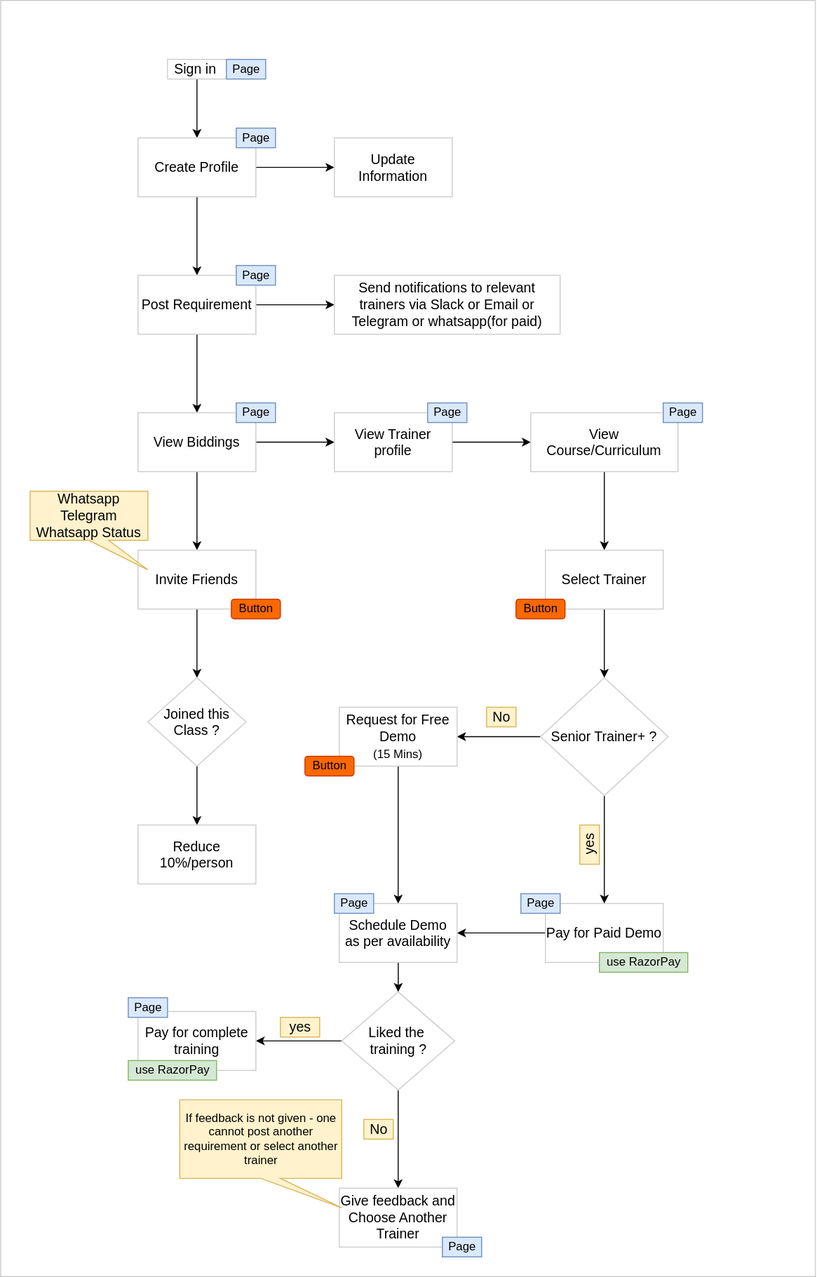
Before: sample.drawio.svg, a diagram exported from draw.io (Arunideas/draw.io). Source tidied: cells renumbered, new cells last; positions are measured from the earlier drawing's top-left corner, leaving out a move shared by most shapes.
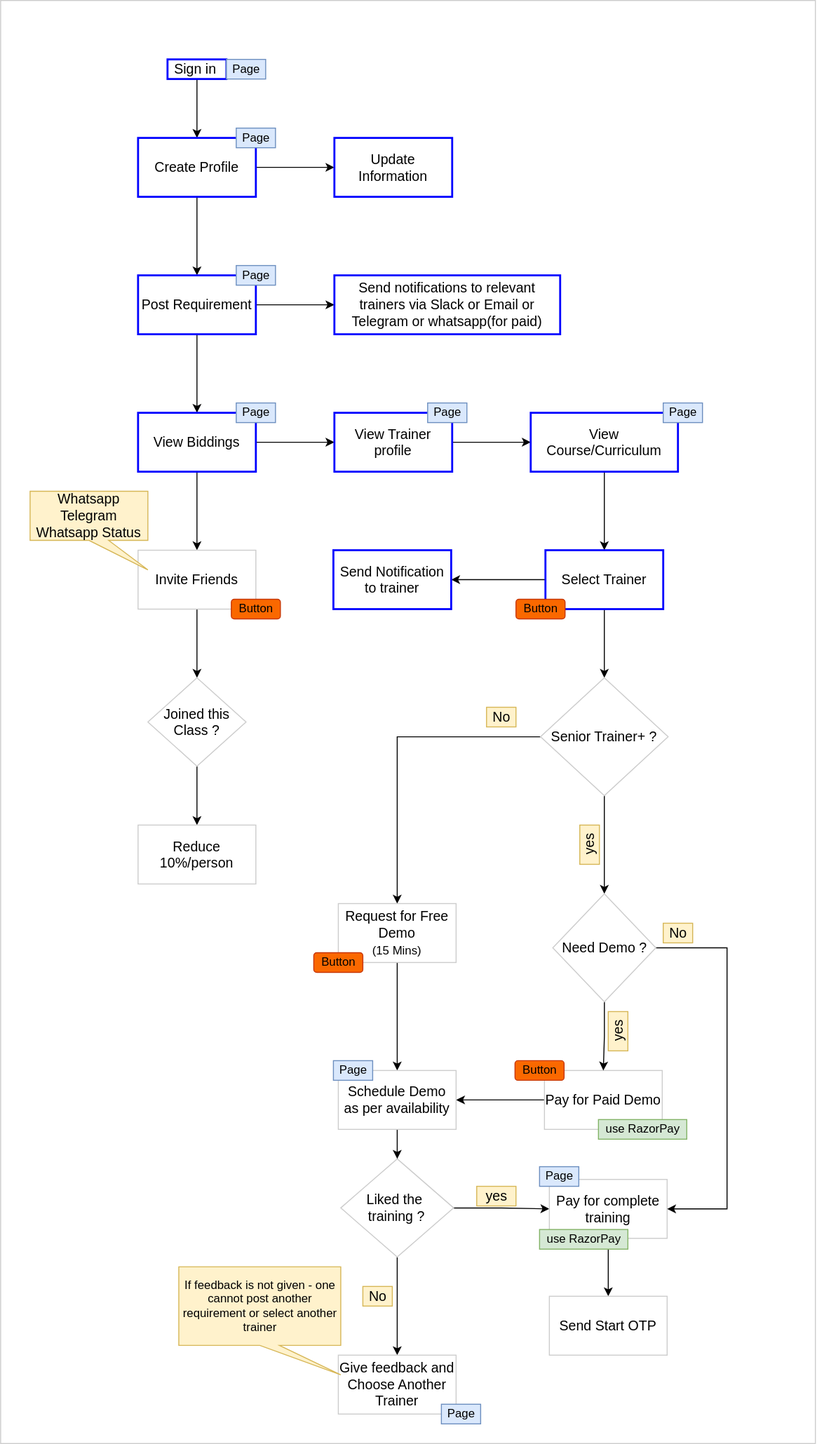
The same file after the commit.

The edit, as a diff of the source:
```diff
@@ -3,12 +3,12 @@
     <mxCell id="0" />
     <mxCell id="1" parent="0" />
     <mxCell id="2" value="aas" style="rounded=0;whiteSpace=wrap;html=1;fontSize=12;strokeColor=#CCCCCC;noLabel=1;" parent="1" vertex="1">
-      <mxGeometry width="830" height="1300" as="geometry" />
+      <mxGeometry width="830" height="1470" as="geometry" />
     </mxCell>
     <mxCell id="3" style="edgeStyle=orthogonalEdgeStyle;rounded=0;jettySize=auto;html=1;fontSize=14;" parent="1" edge="1" source="4" target="7">
       <mxGeometry relative="1" as="geometry" />
     </mxCell>
-    <mxCell id="4" value="Sign in&amp;nbsp;" style="text;html=1;align=center;verticalAlign=middle;points=[];strokeColor=#CCCCCC;fillColor=none;fontSize=14;" parent="1" vertex="1">
+    <mxCell id="4" value="Sign in&amp;nbsp;" style="text;html=1;align=center;verticalAlign=middle;points=[];strokeColor=#0000FF;fillColor=none;fontSize=14;strokeWidth=2;" parent="1" vertex="1">
       <mxGeometry x="170" y="60" width="60" height="20" as="geometry" />
     </mxCell>
     <mxCell id="5" style="edgeStyle=orthogonalEdgeStyle;rounded=0;jettySize=auto;html=1;fontSize=14;" parent="1" edge="1" source="7" target="10">
@@ -17,7 +17,7 @@
     <mxCell id="6" style="edgeStyle=orthogonalEdgeStyle;rounded=0;jettySize=auto;html=1;fontSize=14;" parent="1" edge="1" source="7" target="11">
       <mxGeometry relative="1" as="geometry" />
     </mxCell>
-    <mxCell id="7" value="Create Profile" style="whiteSpace=wrap;html=1;fontSize=14;fillColor=none;strokeColor=#CCCCCC;gradientColor=none;" parent="1" vertex="1">
+    <mxCell id="7" value="Create Profile" style="whiteSpace=wrap;html=1;fontSize=14;fillColor=none;strokeColor=#0000FF;gradientColor=none;strokeWidth=2;" parent="1" vertex="1">
       <mxGeometry x="140" y="140" width="120" height="60" as="geometry" />
     </mxCell>
     <mxCell id="8" style="edgeStyle=orthogonalEdgeStyle;rounded=0;jettySize=auto;html=1;fontSize=14;" parent="1" edge="1" source="10" target="12">
@@ -26,13 +26,13 @@
     <mxCell id="9" style="edgeStyle=orthogonalEdgeStyle;rounded=0;jettySize=auto;html=1;fontSize=14;" parent="1" edge="1" source="10" target="15">
       <mxGeometry relative="1" as="geometry" />
     </mxCell>
-    <mxCell id="10" value="Post Requirement" style="whiteSpace=wrap;html=1;fontSize=14;fillColor=none;strokeColor=#CCCCCC;gradientColor=none;" parent="1" vertex="1">
+    <mxCell id="10" value="Post Requirement" style="whiteSpace=wrap;html=1;fontSize=14;fillColor=none;strokeColor=#0000FF;gradientColor=none;strokeWidth=2;" parent="1" vertex="1">
       <mxGeometry x="140" y="280" width="120" height="60" as="geometry" />
     </mxCell>
-    <mxCell id="11" value="Update Information" style="whiteSpace=wrap;html=1;fontSize=14;fillColor=none;strokeColor=#CCCCCC;gradientColor=none;" parent="1" vertex="1">
+    <mxCell id="11" value="Update Information" style="whiteSpace=wrap;html=1;fontSize=14;fillColor=none;strokeColor=#0000FF;gradientColor=none;strokeWidth=2;" parent="1" vertex="1">
       <mxGeometry x="340" y="140" width="120" height="60" as="geometry" />
     </mxCell>
-    <mxCell id="12" value="Send notifications to relevant trainers via Slack or Email or Telegram or whatsapp(for paid)" style="whiteSpace=wrap;html=1;fontSize=14;fillColor=none;strokeColor=#CCCCCC;gradientColor=none;" parent="1" vertex="1">
+    <mxCell id="12" value="Send notifications to relevant trainers via Slack or Email or Telegram or whatsapp(for paid)" style="whiteSpace=wrap;html=1;fontSize=14;fillColor=none;strokeColor=#0000FF;gradientColor=none;strokeWidth=2;" parent="1" vertex="1">
       <mxGeometry x="340" y="280" width="230" height="60" as="geometry" />
     </mxCell>
     <mxCell id="13" style="edgeStyle=orthogonalEdgeStyle;rounded=0;jettySize=auto;html=1;fontSize=14;" parent="1" edge="1" source="15" target="17">
@@ -41,25 +41,28 @@
     <mxCell id="14" style="edgeStyle=orthogonalEdgeStyle;rounded=0;jettySize=auto;html=1;fontSize=14;" parent="1" edge="1" source="15" target="23">
       <mxGeometry relative="1" as="geometry" />
     </mxCell>
-    <mxCell id="15" value="View Biddings" style="whiteSpace=wrap;html=1;fontSize=14;fillColor=none;strokeColor=#CCCCCC;gradientColor=none;" parent="1" vertex="1">
+    <mxCell id="15" value="View Biddings" style="whiteSpace=wrap;html=1;fontSize=14;fillColor=none;strokeColor=#0000FF;gradientColor=none;strokeWidth=2;" parent="1" vertex="1">
       <mxGeometry x="140" y="420" width="120" height="60" as="geometry" />
     </mxCell>
     <mxCell id="16" style="edgeStyle=orthogonalEdgeStyle;rounded=0;jettySize=auto;html=1;fontSize=14;" parent="1" edge="1" source="17" target="19">
       <mxGeometry relative="1" as="geometry" />
     </mxCell>
-    <mxCell id="17" value="View Trainer profile" style="whiteSpace=wrap;html=1;fontSize=14;fillColor=none;strokeColor=#CCCCCC;gradientColor=none;" parent="1" vertex="1">
+    <mxCell id="17" value="View Trainer profile" style="whiteSpace=wrap;html=1;fontSize=14;fillColor=none;strokeColor=#0000FF;gradientColor=none;strokeWidth=2;" parent="1" vertex="1">
       <mxGeometry x="340" y="420" width="120" height="60" as="geometry" />
     </mxCell>
     <mxCell id="18" style="edgeStyle=orthogonalEdgeStyle;rounded=0;jettySize=auto;html=1;fontSize=14;" parent="1" edge="1" source="19" target="21">
       <mxGeometry relative="1" as="geometry" />
     </mxCell>
-    <mxCell id="19" value="View Course/Curriculum" style="whiteSpace=wrap;html=1;fontSize=14;fillColor=none;strokeColor=#CCCCCC;gradientColor=none;" parent="1" vertex="1">
+    <mxCell id="19" value="View Course/Curriculum" style="whiteSpace=wrap;html=1;fontSize=14;fillColor=none;strokeColor=#0000FF;gradientColor=none;strokeWidth=2;" parent="1" vertex="1">
       <mxGeometry x="540" y="420" width="150" height="60" as="geometry" />
     </mxCell>
     <mxCell id="20" style="edgeStyle=orthogonalEdgeStyle;rounded=0;jettySize=auto;html=1;fontSize=14;" parent="1" edge="1" source="21" target="27">
       <mxGeometry relative="1" as="geometry" />
     </mxCell>
+    <mxCell id="62" style="edgeStyle=orthogonalEdgeStyle;rounded=0;jettySize=auto;html=1;fontSize=12;" parent="1" edge="1" source="21" target="71">
+      <mxGeometry relative="1" as="geometry" />
+    </mxCell>
-    <mxCell id="21" value="Select Trainer" style="whiteSpace=wrap;html=1;fontSize=14;fillColor=none;strokeColor=#CCCCCC;gradientColor=none;" parent="1" vertex="1">
+    <mxCell id="21" value="Select Trainer" style="whiteSpace=wrap;html=1;fontSize=14;fillColor=none;strokeColor=#0000FF;gradientColor=none;strokeWidth=2;" parent="1" vertex="1">
       <mxGeometry x="555" y="560" width="120" height="60" as="geometry" />
     </mxCell>
     <mxCell id="22" style="edgeStyle=orthogonalEdgeStyle;rounded=0;jettySize=auto;html=1;fontSize=12;" parent="1" edge="1" source="23" target="41">
@@ -74,9 +77,9 @@
     <mxCell id="25" style="edgeStyle=orthogonalEdgeStyle;rounded=0;jettySize=auto;html=1;fontSize=14;" parent="1" edge="1" source="27" target="29">
       <mxGeometry relative="1" as="geometry" />
     </mxCell>
-    <mxCell id="26" style="edgeStyle=orthogonalEdgeStyle;rounded=0;jettySize=auto;html=1;fontSize=14;" parent="1" edge="1" source="27" target="32">
-      <mxGeometry relative="1" as="geometry" />
-    </mxCell>
+    <mxCell id="63" style="edgeStyle=orthogonalEdgeStyle;rounded=0;jettySize=auto;html=1;fontSize=12;" parent="1" edge="1" source="27" target="67">
+      <mxGeometry relative="1" as="geometry" />
+    </mxCell>
     <mxCell id="27" value="Senior Trainer+ ?" style="rhombus;whiteSpace=wrap;html=1;fontSize=14;fillColor=none;strokeColor=#CCCCCC;gradientColor=none;" parent="1" vertex="1">
       <mxGeometry x="550" y="690" width="130" height="120" as="geometry" />
     </mxCell>
@@ -84,7 +87,7 @@
       <mxGeometry relative="1" as="geometry" />
     </mxCell>
     <mxCell id="29" value="Request for Free Demo &lt;br&gt;&lt;font style=&quot;font-size: 12px;&quot;&gt;(15 Mins)&lt;/font&gt;" style="whiteSpace=wrap;html=1;fontSize=14;fillColor=none;strokeColor=#CCCCCC;gradientColor=none;" parent="1" vertex="1">
-      <mxGeometry x="345" y="720" width="120" height="60" as="geometry" />
+      <mxGeometry x="344" y="920" width="120" height="60" as="geometry" />
     </mxCell>
     <mxCell id="30" value="No" style="text;html=1;align=center;verticalAlign=middle;strokeColor=#d6b656;fillColor=#fff2cc;fontSize=14;" parent="1" vertex="1">
       <mxGeometry x="495" y="720" width="30" height="20" as="geometry" />
@@ -93,7 +96,7 @@
       <mxGeometry relative="1" as="geometry" />
     </mxCell>
     <mxCell id="32" value="Pay for Paid Demo" style="whiteSpace=wrap;html=1;fontSize=14;fillColor=none;strokeColor=#CCCCCC;gradientColor=none;" parent="1" vertex="1">
-      <mxGeometry x="555" y="920" width="120" height="60" as="geometry" />
+      <mxGeometry x="554" y="1090" width="120" height="60" as="geometry" />
     </mxCell>
     <mxCell id="33" value="yes" style="text;html=1;align=center;verticalAlign=middle;strokeColor=#d6b656;fillColor=#fff2cc;fontSize=14;rotation=-90;" parent="1" vertex="1">
       <mxGeometry x="580" y="850" width="40" height="20" as="geometry" />
@@ -105,16 +108,19 @@
       <mxGeometry relative="1" as="geometry" />
     </mxCell>
     <mxCell id="36" value="Liked the&amp;nbsp;&lt;br&gt;training ?" style="rhombus;whiteSpace=wrap;html=1;fontSize=14;fillColor=none;strokeColor=#CCCCCC;gradientColor=none;" parent="1" vertex="1">
-      <mxGeometry x="347.5" y="1010" width="115" height="100" as="geometry" />
+      <mxGeometry x="346.5" y="1180" width="115" height="100" as="geometry" />
     </mxCell>
+    <mxCell id="64" style="edgeStyle=orthogonalEdgeStyle;rounded=0;jettySize=auto;html=1;fontSize=12;" parent="1" edge="1" source="37" target="68">
+      <mxGeometry relative="1" as="geometry" />
+    </mxCell>
     <mxCell id="37" value="Pay for complete training" style="whiteSpace=wrap;html=1;fontSize=14;fillColor=none;strokeColor=#CCCCCC;gradientColor=none;" parent="1" vertex="1">
-      <mxGeometry x="140" y="1030" width="120" height="60" as="geometry" />
+      <mxGeometry x="559" y="1201" width="120" height="60" as="geometry" />
     </mxCell>
     <mxCell id="38" value="Give feedback and Choose Another Trainer" style="whiteSpace=wrap;html=1;fontSize=14;fillColor=none;strokeColor=#CCCCCC;gradientColor=none;" parent="1" vertex="1">
-      <mxGeometry x="345" y="1210" width="120" height="60" as="geometry" />
+      <mxGeometry x="344" y="1380" width="120" height="60" as="geometry" />
     </mxCell>
     <mxCell id="39" value="If feedback is not given - one cannot post another requirement or select another trainer" style="shape=callout;whiteSpace=wrap;html=1;perimeter=calloutPerimeter;fontSize=12;strokeColor=#d6b656;position2=1;fillColor=#fff2cc;" parent="1" vertex="1">
-      <mxGeometry x="182.5" y="1120" width="165" height="110" as="geometry" />
+      <mxGeometry x="181.5" y="1290" width="165" height="110" as="geometry" />
     </mxCell>
     <mxCell id="40" style="edgeStyle=orthogonalEdgeStyle;rounded=0;jettySize=auto;html=1;fontSize=12;" parent="1" edge="1" source="41" target="42">
       <mxGeometry relative="1" as="geometry" />
@@ -150,37 +156,63 @@
       <mxGeometry x="235" y="610" width="50" height="20" as="geometry" />
     </mxCell>
     <mxCell id="51" value="Button" style="text;html=1;align=center;verticalAlign=middle;strokeColor=#C73500;fillColor=#fa6800;fontSize=12;rounded=1;fontColor=#000000;" parent="1" vertex="1">
-      <mxGeometry x="310" y="770" width="50" height="20" as="geometry" />
+      <mxGeometry x="319" y="970" width="50" height="20" as="geometry" />
     </mxCell>
     <mxCell id="52" style="edgeStyle=orthogonalEdgeStyle;rounded=0;jettySize=auto;html=1;entryX=0.5;entryY=0;entryDx=0;entryDy=0;fontSize=12;" parent="1" edge="1" source="53" target="36">
       <mxGeometry relative="1" as="geometry" />
     </mxCell>
     <mxCell id="53" value="Schedule Demo as per availability" style="whiteSpace=wrap;html=1;fontSize=14;fillColor=none;strokeColor=#CCCCCC;gradientColor=none;" parent="1" vertex="1">
-      <mxGeometry x="345" y="920" width="120" height="60" as="geometry" />
+      <mxGeometry x="344" y="1090" width="120" height="60" as="geometry" />
     </mxCell>
     <mxCell id="54" value="Page" style="text;html=1;align=center;verticalAlign=middle;strokeColor=#6c8ebf;fillColor=#dae8fc;fontSize=12;" parent="1" vertex="1">
-      <mxGeometry x="340" y="910" width="40" height="20" as="geometry" />
+      <mxGeometry x="339" y="1080" width="40" height="20" as="geometry" />
     </mxCell>
-    <mxCell id="55" value="Page" style="text;html=1;align=center;verticalAlign=middle;strokeColor=#6c8ebf;fillColor=#dae8fc;fontSize=12;" parent="1" vertex="1">
-      <mxGeometry x="530" y="910" width="40" height="20" as="geometry" />
+    <mxCell id="55" value="Button" style="text;html=1;align=center;verticalAlign=middle;strokeColor=#C73500;fillColor=#fa6800;fontSize=12;fontColor=#000000;rounded=1;" parent="1" vertex="1">
+      <mxGeometry x="524" y="1080" width="50" height="20" as="geometry" />
     </mxCell>
     <mxCell id="56" value="use RazorPay" style="text;html=1;align=center;verticalAlign=middle;strokeColor=#82b366;fillColor=#d5e8d4;fontSize=12;" parent="1" vertex="1">
-      <mxGeometry x="610" y="970" width="90" height="20" as="geometry" />
+      <mxGeometry x="609" y="1140" width="90" height="20" as="geometry" />
     </mxCell>
     <mxCell id="57" value="No" style="text;html=1;align=center;verticalAlign=middle;strokeColor=#d6b656;fillColor=#fff2cc;fontSize=14;" parent="1" vertex="1">
-      <mxGeometry x="370" y="1140" width="30" height="20" as="geometry" />
+      <mxGeometry x="369" y="1310" width="30" height="20" as="geometry" />
     </mxCell>
     <mxCell id="58" value="yes" style="text;html=1;align=center;verticalAlign=middle;strokeColor=#d6b656;fillColor=#fff2cc;fontSize=14;rotation=0;" parent="1" vertex="1">
-      <mxGeometry x="285" y="1036" width="40" height="20" as="geometry" />
+      <mxGeometry x="485" y="1208" width="40" height="20" as="geometry" />
     </mxCell>
     <mxCell id="59" value="Page" style="text;html=1;align=center;verticalAlign=middle;strokeColor=#6c8ebf;fillColor=#dae8fc;fontSize=12;" parent="1" vertex="1">
-      <mxGeometry x="450" y="1260" width="40" height="20" as="geometry" />
+      <mxGeometry x="449" y="1430" width="40" height="20" as="geometry" />
     </mxCell>
     <mxCell id="60" value="use RazorPay" style="text;html=1;align=center;verticalAlign=middle;strokeColor=#82b366;fillColor=#d5e8d4;fontSize=12;" parent="1" vertex="1">
-      <mxGeometry x="130" y="1080" width="90" height="20" as="geometry" />
+      <mxGeometry x="549" y="1252" width="90" height="20" as="geometry" />
     </mxCell>
     <mxCell id="61" value="Page" style="text;html=1;align=center;verticalAlign=middle;strokeColor=#6c8ebf;fillColor=#dae8fc;fontSize=12;" parent="1" vertex="1">
-      <mxGeometry x="130" y="1016" width="40" height="20" as="geometry" />
+      <mxGeometry x="549" y="1188" width="40" height="20" as="geometry" />
     </mxCell>
+    <mxCell id="65" style="edgeStyle=orthogonalEdgeStyle;rounded=0;jettySize=auto;html=1;entryX=0.5;entryY=0;entryDx=0;entryDy=0;fontSize=12;" parent="1" edge="1" source="67" target="32">
+      <mxGeometry relative="1" as="geometry" />
+    </mxCell>
+    <mxCell id="66" style="edgeStyle=orthogonalEdgeStyle;rounded=0;jettySize=auto;html=1;entryX=1;entryY=0.5;entryDx=0;entryDy=0;fontSize=12;" parent="1" edge="1" source="67" target="37">
+      <mxGeometry relative="1" as="geometry">
+        <Array as="points">
+          <mxPoint x="740" y="965" />
+          <mxPoint x="740" y="1231" />
+        </Array>
+      </mxGeometry>
+    </mxCell>
+    <mxCell id="67" value="Need Demo ?" style="rhombus;whiteSpace=wrap;html=1;fontSize=14;fillColor=none;strokeColor=#CCCCCC;gradientColor=none;" parent="1" vertex="1">
+      <mxGeometry x="562.5" y="910" width="105" height="110" as="geometry" />
+    </mxCell>
+    <mxCell id="68" value="Send Start OTP" style="whiteSpace=wrap;html=1;fontSize=14;fillColor=none;strokeColor=#CCCCCC;gradientColor=none;" parent="1" vertex="1">
+      <mxGeometry x="559" y="1320" width="120" height="60" as="geometry" />
+    </mxCell>
+    <mxCell id="69" value="yes" style="text;html=1;align=center;verticalAlign=middle;strokeColor=#d6b656;fillColor=#fff2cc;fontSize=14;rotation=-90;" parent="1" vertex="1">
+      <mxGeometry x="609" y="1040" width="40" height="20" as="geometry" />
+    </mxCell>
+    <mxCell id="70" value="No" style="text;html=1;align=center;verticalAlign=middle;strokeColor=#d6b656;fillColor=#fff2cc;fontSize=14;" parent="1" vertex="1">
+      <mxGeometry x="675" y="940" width="30" height="20" as="geometry" />
+    </mxCell>
+    <mxCell id="71" value="Send Notification to trainer" style="whiteSpace=wrap;html=1;fontSize=14;fillColor=none;strokeColor=#0000FF;gradientColor=none;strokeWidth=2;" parent="1" vertex="1">
+      <mxGeometry x="339" y="560" width="120" height="60" as="geometry" />
+    </mxCell>
   </root>
 </mxGraphModel>
```
